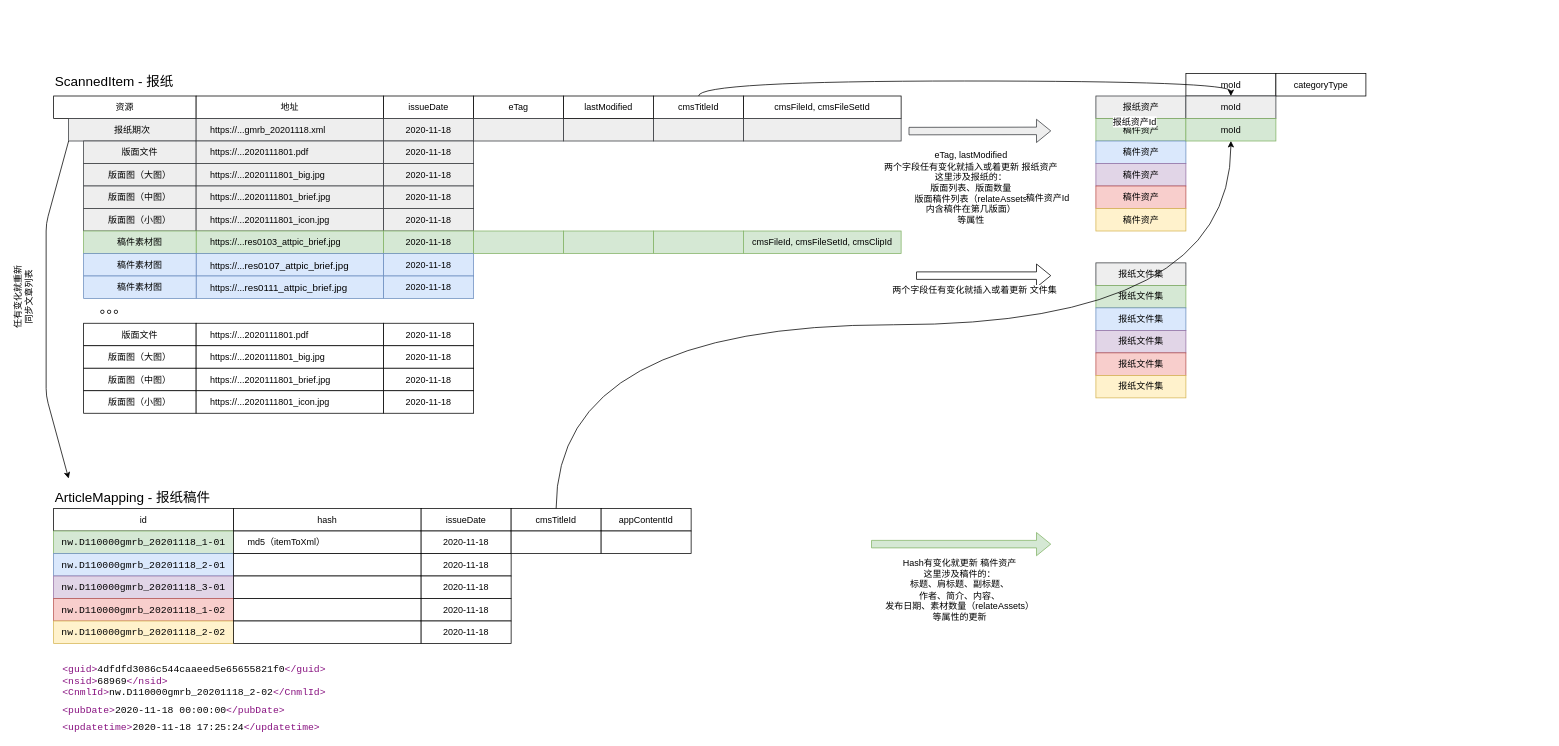
This is Untitled Diagram.drawio from soonwait/tttt, a draw.io file, before an edit. Source tidied: cells renumbered, new cells numbered last; positions are measured from the earlier drawing's top-left corner, leaving out a move shared by most shapes. Both pictures are drawn from the tidied source at 75%, with x=0, y=0 at pixel (46, 74).
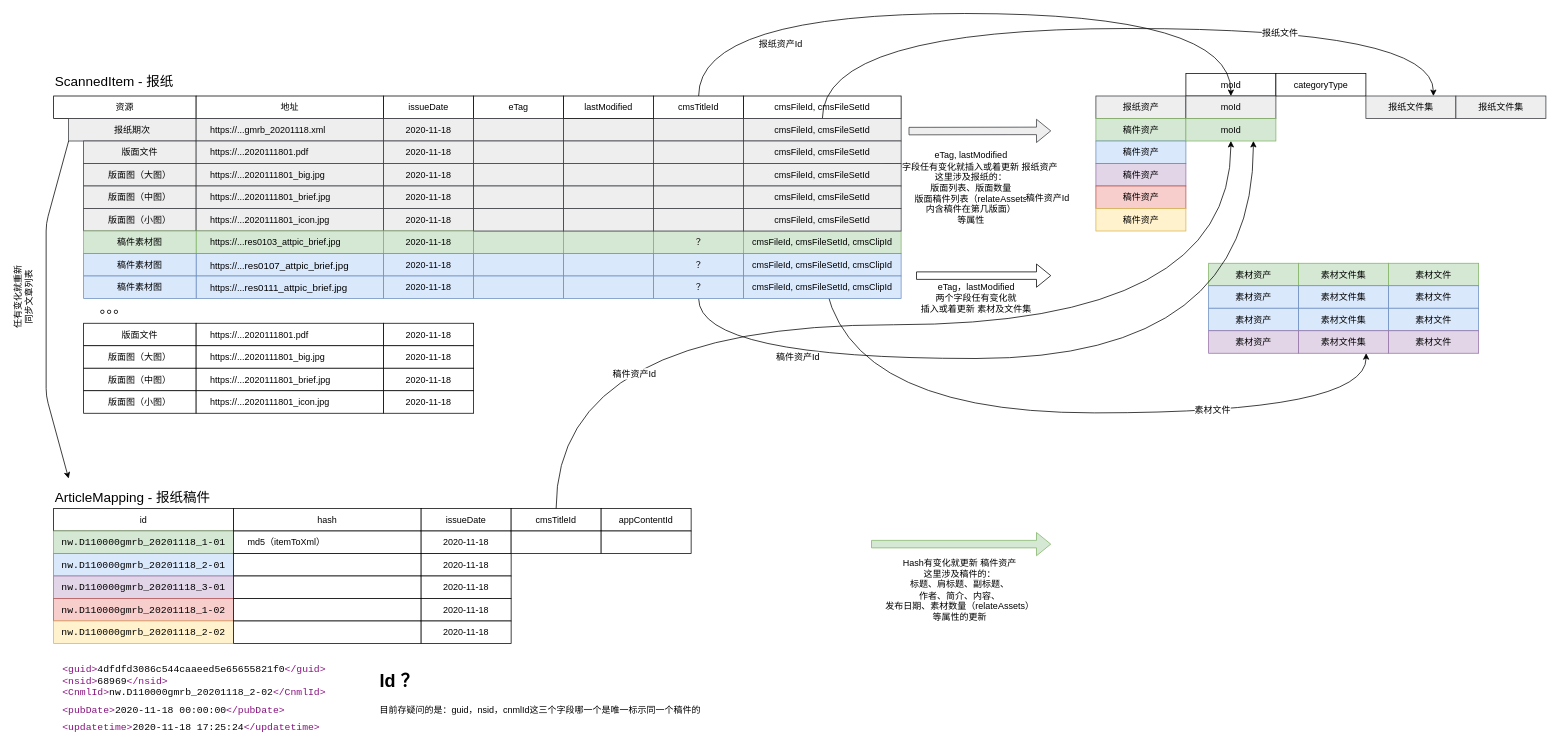
Above is the later version.

Unchanged cells that the change refers to:
```xml
<mxCell id="21" value="cmsTitleId" style="rounded=0;whiteSpace=wrap;html=1;fontFamily=Helvetica;fontSize=12;align=center;" parent="1" vertex="1">
  <mxGeometry x="810" y="29.5" width="120" height="30" as="geometry" />
</mxCell>
<mxCell id="94" value="moId" style="rounded=0;whiteSpace=wrap;html=1;fontFamily=Helvetica;fontSize=12;align=center;fillColor=#eeeeee;strokeColor=#36393d;" parent="1" vertex="1">
  <mxGeometry x="1519.7" y="29.5" width="120" height="30" as="geometry" />
</mxCell>
<mxCell id="95" value="moId" style="rounded=0;whiteSpace=wrap;html=1;fontFamily=Helvetica;fontSize=12;align=center;fillColor=#d5e8d4;strokeColor=#82b366;" parent="1" vertex="1">
  <mxGeometry x="1519.7" y="59.5" width="120" height="30" as="geometry" />
</mxCell>
<mxCell id="98" style="edgeStyle=orthogonalEdgeStyle;curved=1;rounded=0;jettySize=auto;html=1;exitX=0.5;exitY=0;exitDx=0;exitDy=0;fontFamily=Helvetica;fontSize=12;entryX=0.5;entryY=1;entryDx=0;entryDy=0;" parent="1" edge="1" source="47" target="95">
  <mxGeometry relative="1" as="geometry" />
</mxCell>
<mxCell id="101" value="cmsFileId, cmsFileSetId, cmsClipId" style="rounded=0;whiteSpace=wrap;html=1;fontFamily=Helvetica;fontSize=12;align=center;fillColor=#d5e8d4;strokeColor=#82b366;" parent="1" vertex="1">
  <mxGeometry x="930" y="209.5" width="210" height="30" as="geometry" />
</mxCell>
```

What changed in the source:
```diff
@@
     <mxCell id="27" value="报纸文件集" style="rounded=0;whiteSpace=wrap;html=1;fontFamily=Helvetica;fontSize=12;align=center;fillColor=#eeeeee;strokeColor=#36393d;" parent="1" vertex="1">
-      <mxGeometry x="1399.7" y="252" width="120" height="30" as="geometry" />
+      <mxGeometry x="1759.7" y="29.5" width="120" height="30" as="geometry" />
     </mxCell>
@@
-    <mxCell id="83" value="报纸文件集" style="rounded=0;whiteSpace=wrap;html=1;fontFamily=Helvetica;fontSize=12;align=center;fillColor=#d5e8d4;strokeColor=#82b366;" parent="1" vertex="1">
-      <mxGeometry x="1399.7" y="282" width="120" height="30" as="geometry" />
+    <mxCell id="83" value="素材资产" style="rounded=0;whiteSpace=wrap;html=1;fontFamily=Helvetica;fontSize=12;align=center;fillColor=#d5e8d4;strokeColor=#82b366;" parent="1" vertex="1">
+      <mxGeometry x="1550" y="252.5" width="120" height="30" as="geometry" />
     </mxCell>
-    <mxCell id="84" value="报纸文件集" style="rounded=0;whiteSpace=wrap;html=1;fontFamily=Helvetica;fontSize=12;align=center;fillColor=#dae8fc;strokeColor=#6c8ebf;" parent="1" vertex="1">
-      <mxGeometry x="1399.7" y="312" width="120" height="30" as="geometry" />
-    </mxCell>
-    <mxCell id="85" value="报纸文件集" style="rounded=0;whiteSpace=wrap;html=1;fontFamily=Helvetica;fontSize=12;align=center;fillColor=#e1d5e7;strokeColor=#9673a6;" parent="1" vertex="1">
-      <mxGeometry x="1399.7" y="342" width="120" height="30" as="geometry" />
-    </mxCell>
-    <mxCell id="86" value="报纸文件集" style="rounded=0;whiteSpace=wrap;html=1;fontFamily=Helvetica;fontSize=12;align=center;fillColor=#f8cecc;strokeColor=#b85450;" parent="1" vertex="1">
-      <mxGeometry x="1399.7" y="372" width="120" height="30" as="geometry" />
-    </mxCell>
-    <mxCell id="87" value="报纸文件集" style="rounded=0;whiteSpace=wrap;html=1;fontFamily=Helvetica;fontSize=12;align=center;fillColor=#fff2cc;strokeColor=#d6b656;" parent="1" vertex="1">
-      <mxGeometry x="1399.7" y="402" width="120" height="30" as="geometry" />
-    </mxCell>
@@
-    <mxCell id="93" value="两个字段任有变化就插入或着更新 文件集" style="shape=flexArrow;endArrow=classic;html=1;fontFamily=Helvetica;fontSize=12;" parent="1" edge="1">
-      <mxGeometry x="-0.13" y="-20" relative="1" as="geometry">
+    <mxCell id="93" value="eTag，lastModified&lt;br&gt;两个字段任有变化就&lt;br&gt;插入或着更新 素材及文件集" style="shape=flexArrow;endArrow=classic;html=1;fontFamily=Helvetica;fontSize=12;" parent="1" edge="1">
+      <mxGeometry x="-0.11" y="-31" relative="1" as="geometry">
         <mxPoint x="1160" y="269" as="sourcePoint" />
         <mxPoint x="1340" y="269" as="targetPoint" />
+        <mxPoint y="-1" as="offset" />
       </mxGeometry>
     </mxCell>
@@
     <mxCell id="96" style="edgeStyle=orthogonalEdgeStyle;curved=1;rounded=0;jettySize=auto;html=1;exitX=0.5;exitY=0;exitDx=0;exitDy=0;fontFamily=Helvetica;fontSize=12;entryX=0.5;entryY=0;entryDx=0;entryDy=0;" parent="1" edge="1" source="21" target="94">
-      <mxGeometry relative="1" as="geometry" />
+      <mxGeometry relative="1" as="geometry">
+        <Array as="points">
+          <mxPoint x="870" y="-80.5" />
+          <mxPoint x="1580" y="-80.5" />
+        </Array>
+      </mxGeometry>
     </mxCell>
     <mxCell id="97" value="报纸资产Id" style="edgeLabel;html=1;align=center;verticalAlign=middle;fontSize=12;fontFamily=Helvetica;" parent="96" vertex="1">
-      <mxGeometry x="0.6" y="-54" relative="1" as="geometry" />
+      <mxGeometry x="0.6" y="-54" relative="1" as="geometry">
+        <mxPoint x="-525.7" y="-14" as="offset" />
+      </mxGeometry>
     </mxCell>
@@
+    <mxCell id="106" value="稿件资产Id" style="edgeLabel;html=1;align=center;verticalAlign=middle;fontSize=12;fontFamily=Helvetica;" parent="98" vertex="1">
+      <mxGeometry x="-0.5" y="-65" relative="1" as="geometry">
+        <mxPoint x="1" as="offset" />
+      </mxGeometry>
+    </mxCell>
@@
+    <mxCell id="107" style="edgeStyle=orthogonalEdgeStyle;curved=1;rounded=0;jettySize=auto;html=1;exitX=0.5;exitY=1;exitDx=0;exitDy=0;entryX=0.75;entryY=1;entryDx=0;entryDy=0;fontFamily=Helvetica;fontSize=12;" parent="1" edge="1" source="101" target="121">
+      <mxGeometry relative="1" as="geometry">
+        <Array as="points">
+          <mxPoint x="1035" y="452" />
+          <mxPoint x="1760" y="452" />
+        </Array>
+      </mxGeometry>
+    </mxCell>
+    <mxCell id="108" value="素材文件" style="edgeLabel;html=1;align=center;verticalAlign=middle;fontSize=12;fontFamily=Helvetica;" parent="107" vertex="1">
+      <mxGeometry x="0.44" y="5" relative="1" as="geometry" />
+    </mxCell>
@@
+    <mxCell id="109" style="edgeStyle=orthogonalEdgeStyle;curved=1;rounded=0;jettySize=auto;html=1;exitX=0.5;exitY=0;exitDx=0;exitDy=0;entryX=0.75;entryY=0;entryDx=0;entryDy=0;fontFamily=Helvetica;fontSize=12;" parent="1" edge="1" source="102" target="27">
+      <mxGeometry relative="1" as="geometry">
+        <Array as="points">
+          <mxPoint x="1035" y="-60.5" />
+          <mxPoint x="1850" y="-60.5" />
+        </Array>
+      </mxGeometry>
+    </mxCell>
+    <mxCell id="110" value="报纸文件" style="edgeLabel;html=1;align=center;verticalAlign=middle;fontSize=12;fontFamily=Helvetica;" parent="109" vertex="1">
+      <mxGeometry x="0.42" y="-6" relative="1" as="geometry">
+        <mxPoint x="1" as="offset" />
+      </mxGeometry>
+    </mxCell>
-    <mxCell id="102" style="rounded=0;whiteSpace=wrap;html=1;fontFamily=Helvetica;fontSize=12;align=center;fillColor=#eeeeee;strokeColor=#36393d;" parent="1" vertex="1">
+    <mxCell id="102" value="&lt;span&gt;cmsFileId, cmsFileSetId&lt;/span&gt;" style="rounded=0;whiteSpace=wrap;html=1;fontFamily=Helvetica;fontSize=12;align=center;fillColor=#eeeeee;strokeColor=#36393d;" parent="1" vertex="1">
       <mxGeometry x="930" y="59.5" width="210" height="30" as="geometry" />
     </mxCell>
@@
-    <mxCell id="105" style="rounded=0;whiteSpace=wrap;html=1;fontFamily=Helvetica;fontSize=12;align=center;fillColor=#d5e8d4;strokeColor=#82b366;" parent="1" vertex="1">
+    <mxCell id="105" value="？" style="rounded=0;whiteSpace=wrap;html=1;fontFamily=Helvetica;fontSize=12;align=center;fillColor=#d5e8d4;strokeColor=#82b366;" parent="1" vertex="1">
       <mxGeometry x="810" y="209.5" width="120" height="30" as="geometry" />
     </mxCell>
+    <mxCell id="111" value="报纸文件集" style="rounded=0;whiteSpace=wrap;html=1;fontFamily=Helvetica;fontSize=12;align=center;fillColor=#eeeeee;strokeColor=#36393d;" parent="1" vertex="1">
+      <mxGeometry x="1879.7" y="29.5" width="120" height="30" as="geometry" />
+    </mxCell>
+    <mxCell id="112" value="素材文件集" style="rounded=0;whiteSpace=wrap;html=1;fontFamily=Helvetica;fontSize=12;align=center;fillColor=#d5e8d4;strokeColor=#82b366;" parent="1" vertex="1">
+      <mxGeometry x="1670" y="252.5" width="120" height="30" as="geometry" />
+    </mxCell>
+    <mxCell id="113" value="素材文件" style="rounded=0;whiteSpace=wrap;html=1;fontFamily=Helvetica;fontSize=12;align=center;fillColor=#d5e8d4;strokeColor=#82b366;" parent="1" vertex="1">
+      <mxGeometry x="1790" y="252.5" width="120" height="30" as="geometry" />
+    </mxCell>
+    <mxCell id="114" value="素材资产" style="rounded=0;whiteSpace=wrap;html=1;fontFamily=Helvetica;fontSize=12;align=center;fillColor=#dae8fc;strokeColor=#6c8ebf;" parent="1" vertex="1">
+      <mxGeometry x="1550" y="282.5" width="120" height="30" as="geometry" />
+    </mxCell>
+    <mxCell id="115" value="素材文件集" style="rounded=0;whiteSpace=wrap;html=1;fontFamily=Helvetica;fontSize=12;align=center;fillColor=#dae8fc;strokeColor=#6c8ebf;" parent="1" vertex="1">
+      <mxGeometry x="1670" y="282.5" width="120" height="30" as="geometry" />
+    </mxCell>
+    <mxCell id="116" value="素材文件" style="rounded=0;whiteSpace=wrap;html=1;fontFamily=Helvetica;fontSize=12;align=center;fillColor=#dae8fc;strokeColor=#6c8ebf;" parent="1" vertex="1">
+      <mxGeometry x="1790" y="282.5" width="120" height="30" as="geometry" />
+    </mxCell>
+    <mxCell id="117" value="素材资产" style="rounded=0;whiteSpace=wrap;html=1;fontFamily=Helvetica;fontSize=12;align=center;fillColor=#dae8fc;strokeColor=#6c8ebf;" parent="1" vertex="1">
+      <mxGeometry x="1550" y="312.5" width="120" height="30" as="geometry" />
+    </mxCell>
+    <mxCell id="118" value="素材文件集" style="rounded=0;whiteSpace=wrap;html=1;fontFamily=Helvetica;fontSize=12;align=center;fillColor=#dae8fc;strokeColor=#6c8ebf;" parent="1" vertex="1">
+      <mxGeometry x="1670" y="312.5" width="120" height="30" as="geometry" />
+    </mxCell>
+    <mxCell id="119" value="素材文件" style="rounded=0;whiteSpace=wrap;html=1;fontFamily=Helvetica;fontSize=12;align=center;fillColor=#dae8fc;strokeColor=#6c8ebf;" parent="1" vertex="1">
+      <mxGeometry x="1790" y="312.5" width="120" height="30" as="geometry" />
+    </mxCell>
+    <mxCell id="120" value="素材资产" style="rounded=0;whiteSpace=wrap;html=1;fontFamily=Helvetica;fontSize=12;align=center;fillColor=#e1d5e7;strokeColor=#9673a6;" parent="1" vertex="1">
+      <mxGeometry x="1550" y="342.5" width="120" height="30" as="geometry" />
+    </mxCell>
+    <mxCell id="121" value="素材文件集" style="rounded=0;whiteSpace=wrap;html=1;fontFamily=Helvetica;fontSize=12;align=center;fillColor=#e1d5e7;strokeColor=#9673a6;" parent="1" vertex="1">
+      <mxGeometry x="1670" y="342.5" width="120" height="30" as="geometry" />
+    </mxCell>
+    <mxCell id="122" value="素材文件" style="rounded=0;whiteSpace=wrap;html=1;fontFamily=Helvetica;fontSize=12;align=center;fillColor=#e1d5e7;strokeColor=#9673a6;" parent="1" vertex="1">
+      <mxGeometry x="1790" y="342.5" width="120" height="30" as="geometry" />
+    </mxCell>
+    <mxCell id="123" value="&lt;span&gt;cmsFileId, cmsFileSetId&lt;/span&gt;" style="rounded=0;whiteSpace=wrap;html=1;fontFamily=Helvetica;fontSize=12;align=center;fillColor=#eeeeee;strokeColor=#36393d;" parent="1" vertex="1">
+      <mxGeometry x="930" y="89.5" width="210" height="30" as="geometry" />
+    </mxCell>
+    <mxCell id="124" value="&lt;span&gt;cmsFileId, cmsFileSetId&lt;/span&gt;" style="rounded=0;whiteSpace=wrap;html=1;fontFamily=Helvetica;fontSize=12;align=center;fillColor=#eeeeee;strokeColor=#36393d;" parent="1" vertex="1">
+      <mxGeometry x="930" y="119.5" width="210" height="30" as="geometry" />
+    </mxCell>
+    <mxCell id="125" value="&lt;span&gt;cmsFileId, cmsFileSetId&lt;/span&gt;" style="rounded=0;whiteSpace=wrap;html=1;fontFamily=Helvetica;fontSize=12;align=center;fillColor=#eeeeee;strokeColor=#36393d;" parent="1" vertex="1">
+      <mxGeometry x="930" y="149.5" width="210" height="30" as="geometry" />
+    </mxCell>
+    <mxCell id="126" value="&lt;span&gt;cmsFileId, cmsFileSetId&lt;/span&gt;" style="rounded=0;whiteSpace=wrap;html=1;fontFamily=Helvetica;fontSize=12;align=center;fillColor=#eeeeee;strokeColor=#36393d;" parent="1" vertex="1">
+      <mxGeometry x="930" y="179.5" width="210" height="30" as="geometry" />
+    </mxCell>
+    <mxCell id="127" style="rounded=0;whiteSpace=wrap;html=1;fontFamily=Helvetica;fontSize=12;align=center;fillColor=#dae8fc;strokeColor=#6c8ebf;" parent="1" vertex="1">
+      <mxGeometry x="570" y="239.5" width="120" height="30" as="geometry" />
+    </mxCell>
+    <mxCell id="128" style="rounded=0;whiteSpace=wrap;html=1;fontFamily=Helvetica;fontSize=12;align=center;fillColor=#dae8fc;strokeColor=#6c8ebf;" parent="1" vertex="1">
+      <mxGeometry x="690" y="239.5" width="120" height="30" as="geometry" />
+    </mxCell>
+    <mxCell id="129" value="？" style="rounded=0;whiteSpace=wrap;html=1;fontFamily=Helvetica;fontSize=12;align=center;fillColor=#dae8fc;strokeColor=#6c8ebf;" parent="1" vertex="1">
+      <mxGeometry x="810" y="239.5" width="120" height="30" as="geometry" />
+    </mxCell>
+    <mxCell id="130" value="cmsFileId, cmsFileSetId, cmsClipId" style="rounded=0;whiteSpace=wrap;html=1;fontFamily=Helvetica;fontSize=12;align=center;fillColor=#dae8fc;strokeColor=#6c8ebf;" parent="1" vertex="1">
+      <mxGeometry x="930" y="239.5" width="210" height="30" as="geometry" />
+    </mxCell>
+    <mxCell id="131" style="rounded=0;whiteSpace=wrap;html=1;fontFamily=Helvetica;fontSize=12;align=center;fillColor=#dae8fc;strokeColor=#6c8ebf;" parent="1" vertex="1">
+      <mxGeometry x="570" y="269.5" width="120" height="30" as="geometry" />
+    </mxCell>
+    <mxCell id="132" style="rounded=0;whiteSpace=wrap;html=1;fontFamily=Helvetica;fontSize=12;align=center;fillColor=#dae8fc;strokeColor=#6c8ebf;" parent="1" vertex="1">
+      <mxGeometry x="690" y="269.5" width="120" height="30" as="geometry" />
+    </mxCell>
+    <mxCell id="133" style="edgeStyle=orthogonalEdgeStyle;curved=1;rounded=0;jettySize=auto;html=1;exitX=0.5;exitY=1;exitDx=0;exitDy=0;entryX=0.75;entryY=1;entryDx=0;entryDy=0;fontFamily=Helvetica;fontSize=12;" parent="1" edge="1" source="135" target="95">
+      <mxGeometry relative="1" as="geometry">
+        <Array as="points">
+          <mxPoint x="870" y="379.5" />
+          <mxPoint x="1610" y="379.5" />
+        </Array>
+      </mxGeometry>
+    </mxCell>
+    <mxCell id="134" value="稿件资产Id" style="edgeLabel;html=1;align=center;verticalAlign=middle;fontSize=12;fontFamily=Helvetica;" parent="133" vertex="1">
+      <mxGeometry x="-0.7" y="21" relative="1" as="geometry">
+        <mxPoint x="45.7" y="19" as="offset" />
+      </mxGeometry>
+    </mxCell>
+    <mxCell id="135" value="？" style="rounded=0;whiteSpace=wrap;html=1;fontFamily=Helvetica;fontSize=12;align=center;fillColor=#dae8fc;strokeColor=#6c8ebf;" parent="1" vertex="1">
+      <mxGeometry x="810" y="269.5" width="120" height="30" as="geometry" />
+    </mxCell>
+    <mxCell id="136" value="cmsFileId, cmsFileSetId, cmsClipId" style="rounded=0;whiteSpace=wrap;html=1;fontFamily=Helvetica;fontSize=12;align=center;fillColor=#dae8fc;strokeColor=#6c8ebf;" parent="1" vertex="1">
+      <mxGeometry x="930" y="269.5" width="210" height="30" as="geometry" />
+    </mxCell>
+    <mxCell id="137" style="rounded=0;whiteSpace=wrap;html=1;fontFamily=Helvetica;fontSize=12;align=center;fillColor=#eeeeee;strokeColor=#36393d;" parent="1" vertex="1">
+      <mxGeometry x="570" y="89.5" width="120" height="30" as="geometry" />
+    </mxCell>
+    <mxCell id="138" style="rounded=0;whiteSpace=wrap;html=1;fontFamily=Helvetica;fontSize=12;align=center;fillColor=#eeeeee;strokeColor=#36393d;" parent="1" vertex="1">
+      <mxGeometry x="810" y="89.5" width="120" height="30" as="geometry" />
+    </mxCell>
+    <mxCell id="139" style="rounded=0;whiteSpace=wrap;html=1;fontFamily=Helvetica;fontSize=12;align=center;fillColor=#eeeeee;strokeColor=#36393d;" parent="1" vertex="1">
+      <mxGeometry x="690" y="89.5" width="120" height="30" as="geometry" />
+    </mxCell>
+    <mxCell id="140" style="rounded=0;whiteSpace=wrap;html=1;fontFamily=Helvetica;fontSize=12;align=center;fillColor=#eeeeee;strokeColor=#36393d;" parent="1" vertex="1">
+      <mxGeometry x="570" y="119.5" width="120" height="30" as="geometry" />
+    </mxCell>
+    <mxCell id="141" style="rounded=0;whiteSpace=wrap;html=1;fontFamily=Helvetica;fontSize=12;align=center;fillColor=#eeeeee;strokeColor=#36393d;" parent="1" vertex="1">
+      <mxGeometry x="810" y="119.5" width="120" height="30" as="geometry" />
+    </mxCell>
+    <mxCell id="142" style="rounded=0;whiteSpace=wrap;html=1;fontFamily=Helvetica;fontSize=12;align=center;fillColor=#eeeeee;strokeColor=#36393d;" parent="1" vertex="1">
+      <mxGeometry x="690" y="119.5" width="120" height="30" as="geometry" />
+    </mxCell>
+    <mxCell id="143" style="rounded=0;whiteSpace=wrap;html=1;fontFamily=Helvetica;fontSize=12;align=center;fillColor=#eeeeee;strokeColor=#36393d;" parent="1" vertex="1">
+      <mxGeometry x="570" y="149.5" width="120" height="30" as="geometry" />
+    </mxCell>
+    <mxCell id="144" style="rounded=0;whiteSpace=wrap;html=1;fontFamily=Helvetica;fontSize=12;align=center;fillColor=#eeeeee;strokeColor=#36393d;" parent="1" vertex="1">
+      <mxGeometry x="810" y="149.5" width="120" height="30" as="geometry" />
+    </mxCell>
+    <mxCell id="145" style="rounded=0;whiteSpace=wrap;html=1;fontFamily=Helvetica;fontSize=12;align=center;fillColor=#eeeeee;strokeColor=#36393d;" parent="1" vertex="1">
+      <mxGeometry x="690" y="149.5" width="120" height="30" as="geometry" />
+    </mxCell>
+    <mxCell id="146" style="rounded=0;whiteSpace=wrap;html=1;fontFamily=Helvetica;fontSize=12;align=center;fillColor=#eeeeee;strokeColor=#36393d;" parent="1" vertex="1">
+      <mxGeometry x="570" y="179.5" width="120" height="30" as="geometry" />
+    </mxCell>
+    <mxCell id="147" style="rounded=0;whiteSpace=wrap;html=1;fontFamily=Helvetica;fontSize=12;align=center;fillColor=#eeeeee;strokeColor=#36393d;" parent="1" vertex="1">
+      <mxGeometry x="810" y="179.5" width="120" height="30" as="geometry" />
+    </mxCell>
+    <mxCell id="148" style="rounded=0;whiteSpace=wrap;html=1;fontFamily=Helvetica;fontSize=12;align=center;fillColor=#eeeeee;strokeColor=#36393d;" parent="1" vertex="1">
+      <mxGeometry x="690" y="179.5" width="120" height="30" as="geometry" />
+    </mxCell>
+    <mxCell id="149" value="&lt;h1&gt;Id ？&lt;/h1&gt;&lt;div&gt;目前存疑问的是：guid，nsid，cnmlId这三个字段哪一个是唯一标示同一个稿件的&lt;/div&gt;" style="text;html=1;strokeColor=none;fillColor=none;spacing=5;spacingTop=-20;whiteSpace=wrap;overflow=hidden;rounded=0;labelBackgroundColor=none;fontFamily=Helvetica;fontSize=12;align=left;" parent="1" vertex="1">
+      <mxGeometry x="440" y="789.5" width="460" height="90" as="geometry" />
+    </mxCell>
```
